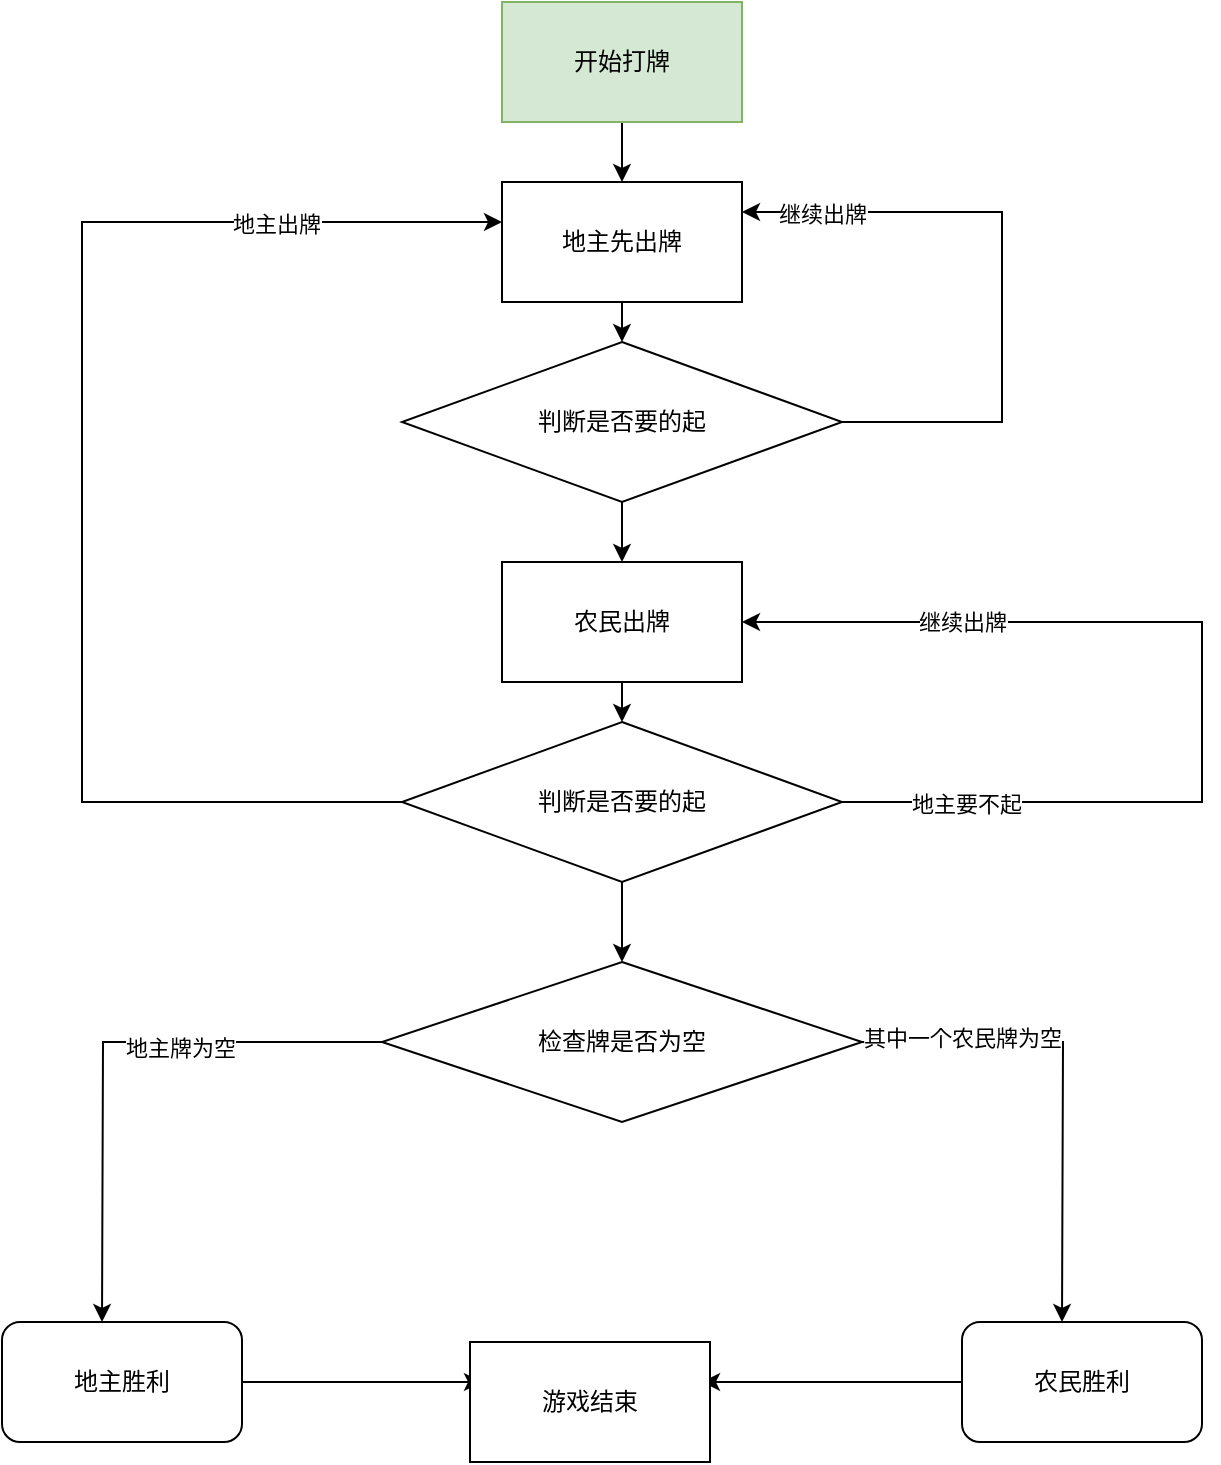
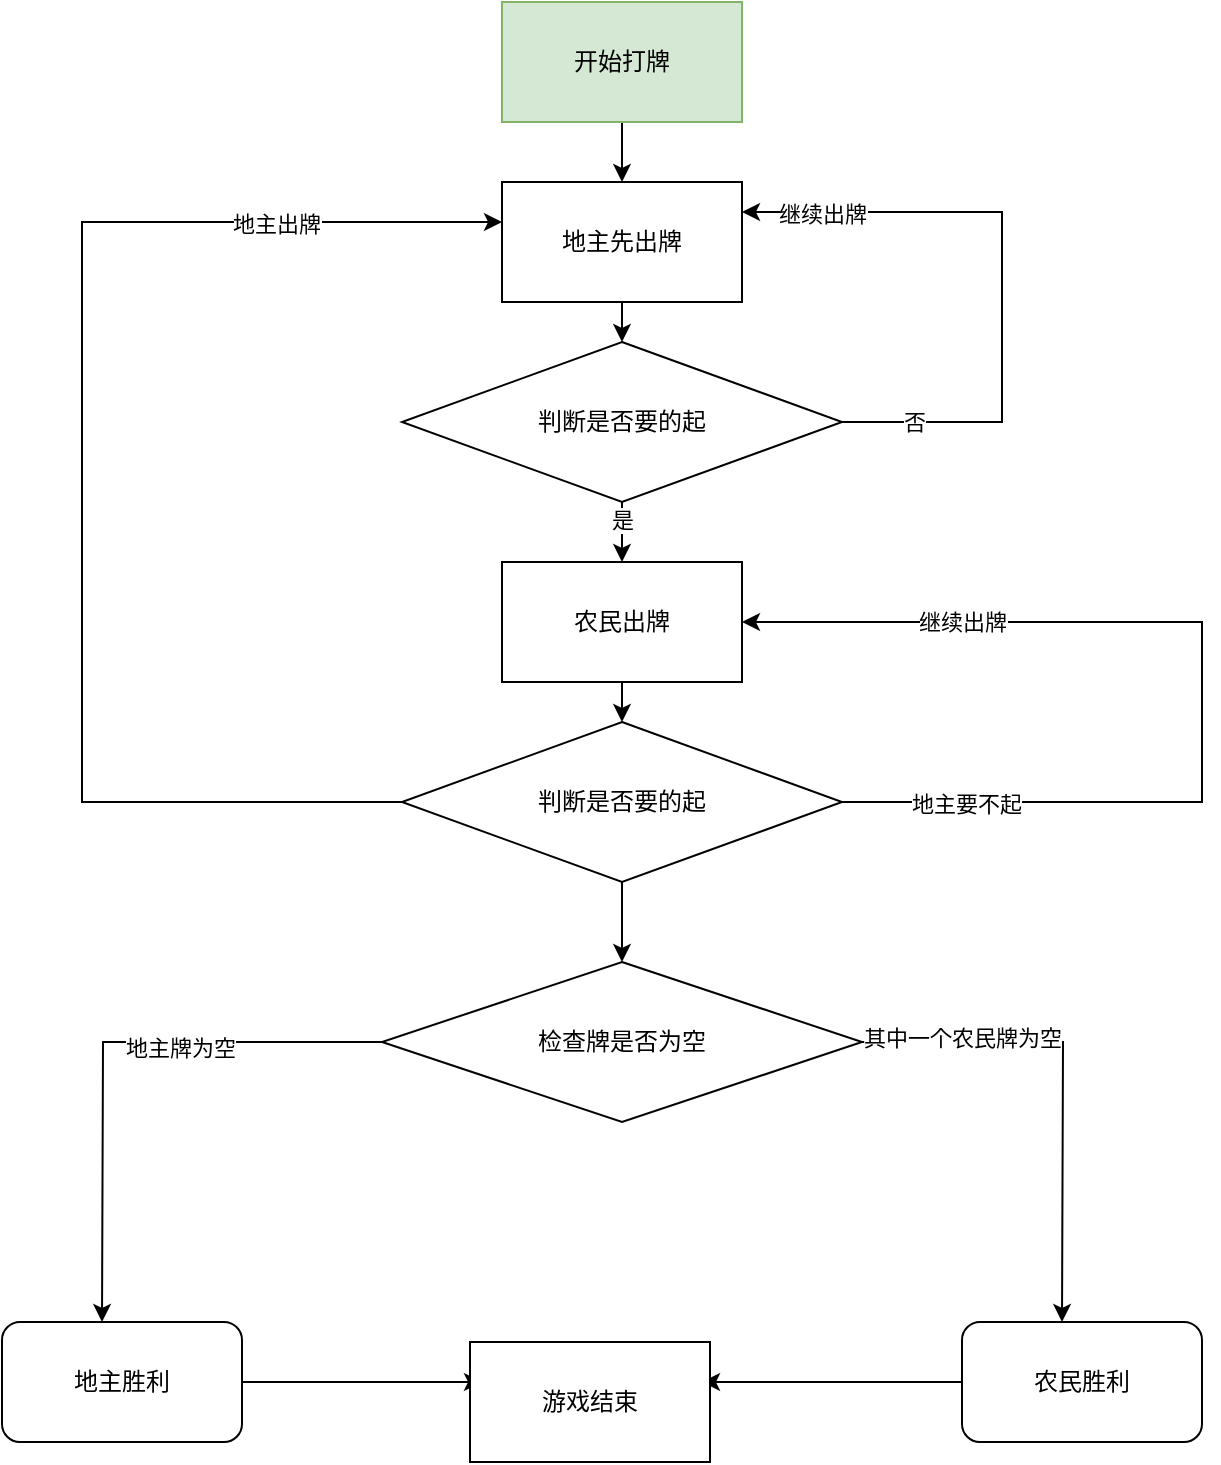
<mxfile host="app.diagrams.net">
  <diagram name="第 1 页" id="9Up83IkeTY5Wz3aQ5usa">
    <mxGraphModel dx="1201" dy="853" grid="1" gridSize="10" guides="1" tooltips="1" connect="1" arrows="1" fold="1" page="1" pageScale="1" pageWidth="827" pageHeight="1169" math="0" shadow="0">
      <root>
        <mxCell id="0" />
        <mxCell id="1" parent="0" />
        <mxCell id="qyqPOn5n5-scmiJf4OSg-3" edge="1" parent="1" source="qyqPOn5n5-scmiJf4OSg-2" style="edgeStyle=orthogonalEdgeStyle;rounded=0;orthogonalLoop=1;jettySize=auto;html=1;exitX=0.5;exitY=1;exitDx=0;exitDy=0;">
          <mxGeometry relative="1" as="geometry">
            <mxPoint x="370" y="140" as="targetPoint" />
          </mxGeometry>
        </mxCell>
        <mxCell id="qyqPOn5n5-scmiJf4OSg-2" parent="1" style="rounded=0;whiteSpace=wrap;html=1;fillColor=#d5e8d4;strokeColor=#82b366;" value="开始打牌" vertex="1">
          <mxGeometry height="60" width="120" x="310" y="50" as="geometry" />
        </mxCell>
        <mxCell id="qyqPOn5n5-scmiJf4OSg-5" edge="1" parent="1" source="qyqPOn5n5-scmiJf4OSg-4" style="edgeStyle=orthogonalEdgeStyle;rounded=0;orthogonalLoop=1;jettySize=auto;html=1;">
          <mxGeometry relative="1" as="geometry">
            <mxPoint x="370" y="220" as="targetPoint" />
          </mxGeometry>
        </mxCell>
        <mxCell id="qyqPOn5n5-scmiJf4OSg-4" parent="1" style="rounded=0;whiteSpace=wrap;html=1;" value="地主先出牌" vertex="1">
          <mxGeometry height="60" width="120" x="310" y="140" as="geometry" />
        </mxCell>
        <mxCell id="qyqPOn5n5-scmiJf4OSg-7" edge="1" parent="1" source="qyqPOn5n5-scmiJf4OSg-6" style="edgeStyle=orthogonalEdgeStyle;rounded=0;orthogonalLoop=1;jettySize=auto;html=1;entryX=1;entryY=0.25;entryDx=0;entryDy=0;" target="qyqPOn5n5-scmiJf4OSg-4">
          <mxGeometry relative="1" as="geometry">
            <Array as="points">
              <mxPoint x="560" y="260" />
              <mxPoint x="560" y="155" />
            </Array>
            <mxPoint x="520" y="160" as="targetPoint" />
          </mxGeometry>
        </mxCell>
        <mxCell id="qyqPOn5n5-scmiJf4OSg-8" connectable="0" parent="qyqPOn5n5-scmiJf4OSg-7" style="edgeLabel;html=1;align=center;verticalAlign=middle;resizable=0;points=[];" value="继续出牌" vertex="1">
          <mxGeometry relative="1" x="0.7481" y="1" as="geometry">
            <mxPoint as="offset" />
          </mxGeometry>
        </mxCell>
+         <mxCell id="oe4E_ihCyTPdVmhbSrAz-1" connectable="0" parent="qyqPOn5n5-scmiJf4OSg-7" style="edgeLabel;html=1;align=center;verticalAlign=middle;resizable=0;points=[];" value="否" vertex="1">
+           <mxGeometry relative="1" x="-0.7714" as="geometry">
+             <mxPoint as="offset" />
+           </mxGeometry>
+         </mxCell>
        <mxCell id="qyqPOn5n5-scmiJf4OSg-9" edge="1" parent="1" source="qyqPOn5n5-scmiJf4OSg-6" style="edgeStyle=orthogonalEdgeStyle;rounded=0;orthogonalLoop=1;jettySize=auto;html=1;exitX=0.5;exitY=1;exitDx=0;exitDy=0;">
          <mxGeometry relative="1" as="geometry">
            <mxPoint x="370" y="330" as="targetPoint" />
+           </mxGeometry>
+         </mxCell>
+         <mxCell id="oe4E_ihCyTPdVmhbSrAz-2" connectable="0" parent="qyqPOn5n5-scmiJf4OSg-9" style="edgeLabel;html=1;align=center;verticalAlign=middle;resizable=0;points=[];" value="是" vertex="1">
+           <mxGeometry relative="1" x="-0.4" as="geometry">
+             <mxPoint as="offset" />
          </mxGeometry>
        </mxCell>
        <mxCell id="qyqPOn5n5-scmiJf4OSg-6" parent="1" style="rhombus;whiteSpace=wrap;html=1;" value="判断是否要的起" vertex="1">
          <mxGeometry height="80" width="220" x="260" y="220" as="geometry" />
        </mxCell>
        <mxCell id="qyqPOn5n5-scmiJf4OSg-11" edge="1" parent="1" source="qyqPOn5n5-scmiJf4OSg-10" style="edgeStyle=orthogonalEdgeStyle;rounded=0;orthogonalLoop=1;jettySize=auto;html=1;exitX=0.5;exitY=1;exitDx=0;exitDy=0;">
          <mxGeometry relative="1" as="geometry">
            <mxPoint x="370" y="410" as="targetPoint" />
          </mxGeometry>
        </mxCell>
        <mxCell id="qyqPOn5n5-scmiJf4OSg-10" parent="1" style="rounded=0;whiteSpace=wrap;html=1;" value="农民出牌" vertex="1">
          <mxGeometry height="60" width="120" x="310" y="330" as="geometry" />
        </mxCell>
        <mxCell id="qyqPOn5n5-scmiJf4OSg-13" edge="1" parent="1" source="qyqPOn5n5-scmiJf4OSg-12" style="edgeStyle=orthogonalEdgeStyle;rounded=0;orthogonalLoop=1;jettySize=auto;html=1;entryX=1;entryY=0.5;entryDx=0;entryDy=0;" target="qyqPOn5n5-scmiJf4OSg-10">
          <mxGeometry relative="1" as="geometry">
            <Array as="points">
              <mxPoint x="660" y="450" />
              <mxPoint x="660" y="360" />
            </Array>
            <mxPoint x="600" y="360" as="targetPoint" />
          </mxGeometry>
        </mxCell>
        <mxCell id="qyqPOn5n5-scmiJf4OSg-14" connectable="0" parent="qyqPOn5n5-scmiJf4OSg-13" style="edgeLabel;html=1;align=center;verticalAlign=middle;resizable=0;points=[];" value="继续出牌" vertex="1">
          <mxGeometry relative="1" x="0.5613" as="geometry">
            <mxPoint as="offset" />
          </mxGeometry>
        </mxCell>
        <mxCell id="qyqPOn5n5-scmiJf4OSg-15" connectable="0" parent="qyqPOn5n5-scmiJf4OSg-13" style="edgeLabel;html=1;align=center;verticalAlign=middle;resizable=0;points=[];" value="地主要不起" vertex="1">
          <mxGeometry relative="1" x="-0.7533" y="-1" as="geometry">
            <mxPoint as="offset" />
          </mxGeometry>
        </mxCell>
        <mxCell id="qyqPOn5n5-scmiJf4OSg-16" edge="1" parent="1" source="qyqPOn5n5-scmiJf4OSg-12" style="edgeStyle=orthogonalEdgeStyle;rounded=0;orthogonalLoop=1;jettySize=auto;html=1;" target="qyqPOn5n5-scmiJf4OSg-4">
          <mxGeometry relative="1" as="geometry">
            <Array as="points">
              <mxPoint x="100" y="450" />
              <mxPoint x="100" y="160" />
            </Array>
            <mxPoint x="120" y="160" as="targetPoint" />
          </mxGeometry>
        </mxCell>
        <mxCell id="qyqPOn5n5-scmiJf4OSg-17" connectable="0" parent="qyqPOn5n5-scmiJf4OSg-16" style="edgeLabel;html=1;align=center;verticalAlign=middle;resizable=0;points=[];" value="地主出牌" vertex="1">
          <mxGeometry relative="1" x="0.6566" y="-1" as="geometry">
            <mxPoint as="offset" />
          </mxGeometry>
        </mxCell>
        <mxCell id="qyqPOn5n5-scmiJf4OSg-18" edge="1" parent="1" source="qyqPOn5n5-scmiJf4OSg-12" style="edgeStyle=orthogonalEdgeStyle;rounded=0;orthogonalLoop=1;jettySize=auto;html=1;">
          <mxGeometry relative="1" as="geometry">
            <mxPoint x="370" y="530" as="targetPoint" />
          </mxGeometry>
        </mxCell>
        <mxCell id="qyqPOn5n5-scmiJf4OSg-12" parent="1" style="rhombus;whiteSpace=wrap;html=1;" value="判断是否要的起" vertex="1">
          <mxGeometry height="80" width="220" x="260" y="410" as="geometry" />
        </mxCell>
        <mxCell id="qyqPOn5n5-scmiJf4OSg-20" edge="1" parent="1" source="qyqPOn5n5-scmiJf4OSg-19" style="edgeStyle=orthogonalEdgeStyle;rounded=0;orthogonalLoop=1;jettySize=auto;html=1;">
          <mxGeometry relative="1" as="geometry">
            <mxPoint x="590" y="710" as="targetPoint" />
          </mxGeometry>
        </mxCell>
        <mxCell id="qyqPOn5n5-scmiJf4OSg-27" connectable="0" parent="qyqPOn5n5-scmiJf4OSg-20" style="edgeLabel;html=1;align=center;verticalAlign=middle;resizable=0;points=[];" value="其中一个农民牌为空" vertex="1">
          <mxGeometry relative="1" x="-0.5833" y="2" as="geometry">
            <mxPoint as="offset" />
          </mxGeometry>
        </mxCell>
        <mxCell id="qyqPOn5n5-scmiJf4OSg-22" edge="1" parent="1" source="qyqPOn5n5-scmiJf4OSg-19" style="edgeStyle=orthogonalEdgeStyle;rounded=0;orthogonalLoop=1;jettySize=auto;html=1;">
          <mxGeometry relative="1" as="geometry">
            <mxPoint x="110" y="710" as="targetPoint" />
          </mxGeometry>
        </mxCell>
        <mxCell id="qyqPOn5n5-scmiJf4OSg-26" connectable="0" parent="qyqPOn5n5-scmiJf4OSg-22" style="edgeLabel;html=1;align=center;verticalAlign=middle;resizable=0;points=[];" value="地主牌为空" vertex="1">
          <mxGeometry relative="1" x="-0.2786" y="3" as="geometry">
            <mxPoint as="offset" />
          </mxGeometry>
        </mxCell>
        <mxCell id="qyqPOn5n5-scmiJf4OSg-19" parent="1" style="rhombus;whiteSpace=wrap;html=1;" value="检查牌是否为空" vertex="1">
          <mxGeometry height="80" width="240" x="250" y="530" as="geometry" />
        </mxCell>
        <mxCell id="qyqPOn5n5-scmiJf4OSg-25" edge="1" parent="1" source="qyqPOn5n5-scmiJf4OSg-21" style="edgeStyle=orthogonalEdgeStyle;rounded=0;orthogonalLoop=1;jettySize=auto;html=1;">
          <mxGeometry relative="1" as="geometry">
            <mxPoint x="410" y="740" as="targetPoint" />
          </mxGeometry>
        </mxCell>
        <mxCell id="qyqPOn5n5-scmiJf4OSg-21" parent="1" style="rounded=1;whiteSpace=wrap;html=1;" value="农民胜利" vertex="1">
          <mxGeometry height="60" width="120" x="540" y="710" as="geometry" />
        </mxCell>
        <mxCell id="qyqPOn5n5-scmiJf4OSg-24" edge="1" parent="1" source="qyqPOn5n5-scmiJf4OSg-23" style="edgeStyle=orthogonalEdgeStyle;rounded=0;orthogonalLoop=1;jettySize=auto;html=1;">
          <mxGeometry relative="1" as="geometry">
            <mxPoint x="300" y="740" as="targetPoint" />
          </mxGeometry>
        </mxCell>
        <mxCell id="qyqPOn5n5-scmiJf4OSg-23" parent="1" style="rounded=1;whiteSpace=wrap;html=1;" value="地主胜利" vertex="1">
          <mxGeometry height="60" width="120" x="60" y="710" as="geometry" />
        </mxCell>
        <mxCell id="qyqPOn5n5-scmiJf4OSg-28" parent="1" style="rounded=0;whiteSpace=wrap;html=1;" value="游戏结束" vertex="1">
          <mxGeometry height="60" width="120" x="294" y="720" as="geometry" />
        </mxCell>
      </root>
    </mxGraphModel>
  </diagram>
</mxfile>
